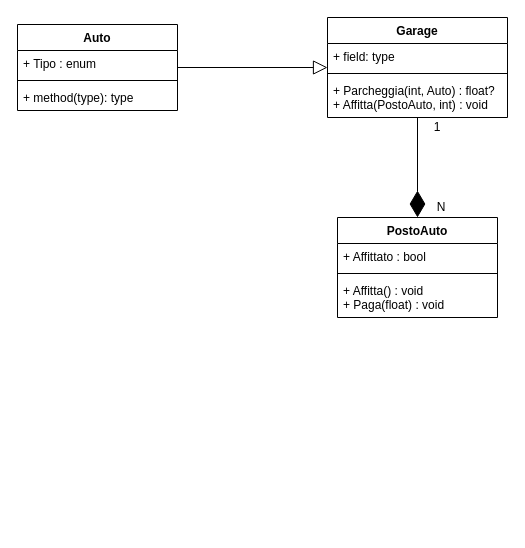
The draw.io diagram TPSIT/Garage.drawio in MFTFI/Quarta, before the edit. Source tidied: cells renumbered, new cells numbered last; positions are measured from the earlier drawing's top-left corner, leaving out a move shared by most shapes. Both pictures are drawn from the tidied source at 100%, with x=0, y=0 at pixel (17, 17).
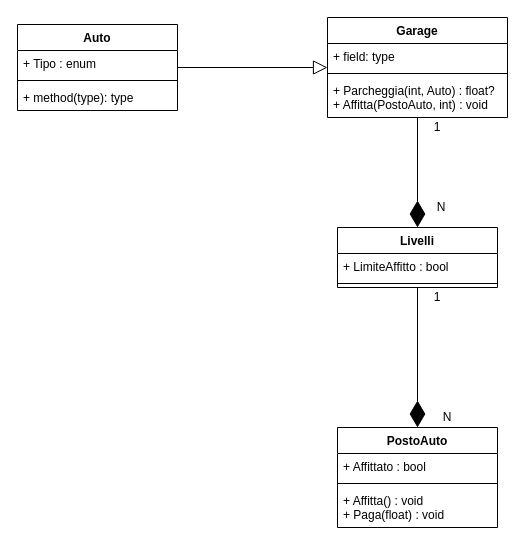
The same diagram, later.

The edit, as a diff of the source:
```diff
@@
-    <mxCell id="6" value="PostoAuto" style="swimlane;fontStyle=1;align=center;verticalAlign=top;horizontal=1;startSize=26;" parent="1" vertex="1">
-      <mxGeometry x="320" y="200" width="160" height="100" as="geometry" />
+    <mxCell id="6" value="Livelli" style="swimlane;fontStyle=1;align=center;verticalAlign=top;horizontal=1;startSize=26;" parent="1" vertex="1">
+      <mxGeometry x="320" y="210" width="160" height="60" as="geometry" />
     </mxCell>
-    <mxCell id="7" value="+ Affittato : bool" style="text;strokeColor=none;fillColor=none;align=left;verticalAlign=top;spacingLeft=4;spacingRight=4;overflow=hidden;" parent="6" vertex="1">
+    <mxCell id="7" value="+ LimiteAffitto : bool" style="text;strokeColor=none;fillColor=none;align=left;verticalAlign=top;spacingLeft=4;spacingRight=4;overflow=hidden;" parent="6" vertex="1">
       <mxGeometry y="26" width="160" height="26" as="geometry" />
     </mxCell>
@@
-    <mxCell id="9" value="+ Affitta() : void&#10;+ Paga(float) : void" style="text;strokeColor=none;fillColor=none;align=left;verticalAlign=top;spacingLeft=4;spacingRight=4;overflow=hidden;" parent="6" vertex="1">
-      <mxGeometry y="60" width="160" height="40" as="geometry" />
-    </mxCell>
@@
     <mxCell id="16" value="1" style="text;html=1;strokeColor=none;fillColor=none;align=center;verticalAlign=middle;whiteSpace=wrap;rounded=0;" parent="1" vertex="1">
-      <mxGeometry x="400" y="100" width="40" height="20" as="geometry" />
+      <mxGeometry x="400" y="270" width="40" height="20" as="geometry" />
     </mxCell>
@@
+    <mxCell id="18" value="PostoAuto" style="swimlane;fontStyle=1;align=center;verticalAlign=top;horizontal=1;startSize=26;" parent="1" vertex="1">
+      <mxGeometry x="320" y="410" width="160" height="100" as="geometry" />
+    </mxCell>
+    <mxCell id="19" value="+ Affittato : bool" style="text;strokeColor=none;fillColor=none;align=left;verticalAlign=top;spacingLeft=4;spacingRight=4;overflow=hidden;" parent="18" vertex="1">
+      <mxGeometry y="26" width="160" height="26" as="geometry" />
+    </mxCell>
+    <mxCell id="20" style="line;strokeWidth=1;fillColor=none;align=left;verticalAlign=middle;spacingTop=-1;spacingLeft=3;spacingRight=3;labelPosition=right;" parent="18" vertex="1">
+      <mxGeometry y="52" width="160" height="8" as="geometry" />
+    </mxCell>
+    <mxCell id="9" value="+ Affitta() : void&#10;+ Paga(float) : void" style="text;strokeColor=none;fillColor=none;align=left;verticalAlign=top;spacingLeft=4;spacingRight=4;overflow=hidden;" parent="18" vertex="1">
+      <mxGeometry y="60" width="160" height="40" as="geometry" />
+    </mxCell>
+    <mxCell id="21" style="endArrow=diamondThin;endFill=1;endSize=24;html=1;" parent="1" edge="1" source="6" target="18">
+      <mxGeometry relative="1" as="geometry" />
+    </mxCell>
+    <mxCell id="22" value="1" style="text;html=1;strokeColor=none;fillColor=none;align=center;verticalAlign=middle;whiteSpace=wrap;rounded=0;" parent="1" vertex="1">
+      <mxGeometry x="400" y="100" width="40" height="20" as="geometry" />
+    </mxCell>
+    <mxCell id="23" value="N" style="text;html=1;strokeColor=none;fillColor=none;align=center;verticalAlign=middle;whiteSpace=wrap;rounded=0;" parent="1" vertex="1">
+      <mxGeometry x="410" y="390" width="40" height="20" as="geometry" />
+    </mxCell>
```
